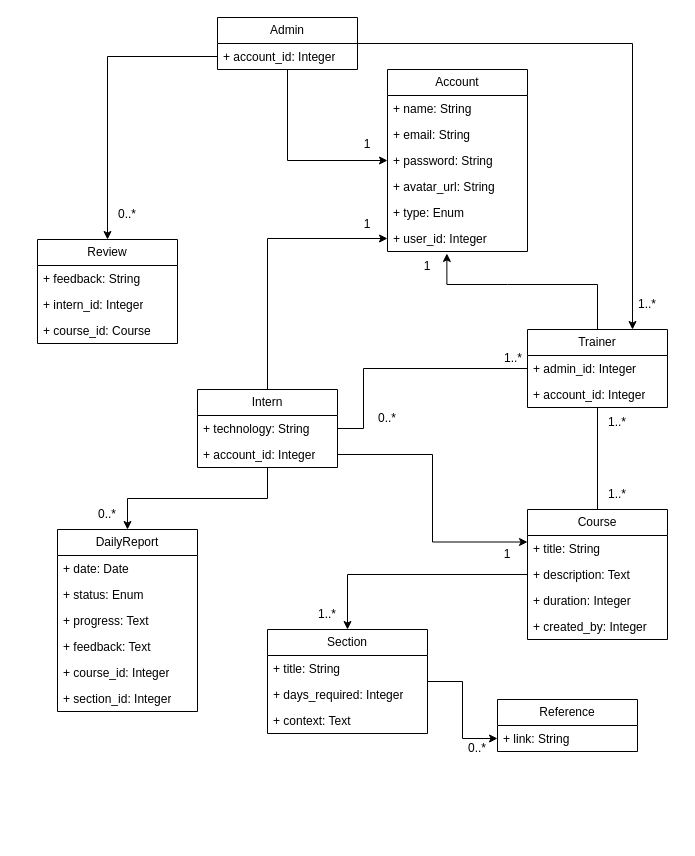
ruby-ist/ruby-practice keeps this draw.io diagram as Schema Designing/class diagram.drawio. Above is the earlier version. Source tidied: cells renumbered, new cells numbered last; positions are measured from the earlier drawing's top-left corner, leaving out a move shared by most shapes. Both pictures are drawn from the tidied source at 100%, with x=0, y=0 at pixel (37, 17).
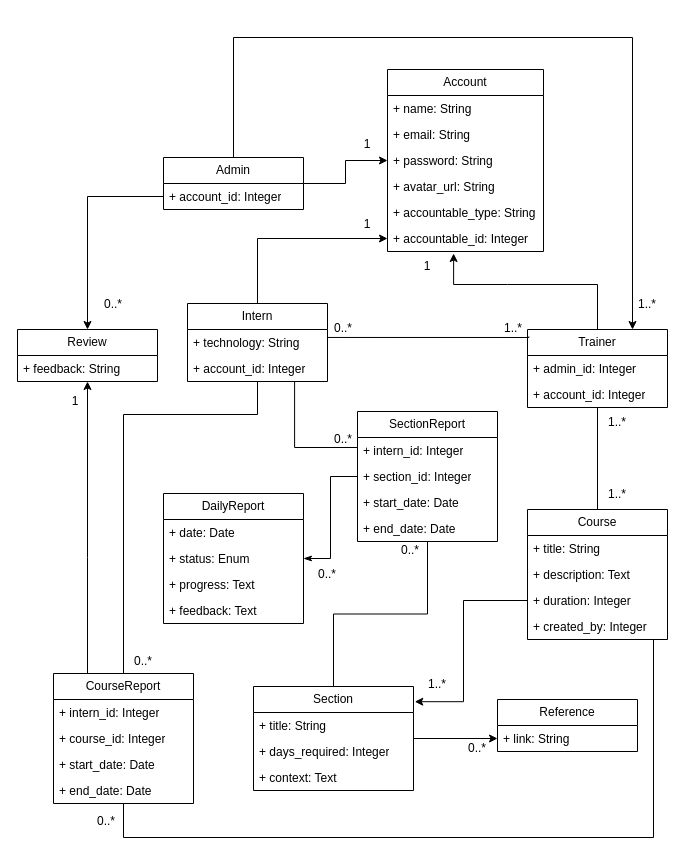
Above is the later version.

Unchanged cells that the change refers to:
```xml
<mxCell id="6" value="+ technology: String" style="text;strokeColor=none;fillColor=none;align=left;verticalAlign=top;spacingLeft=4;spacingRight=4;overflow=hidden;points=[[0,0.5],[1,0.5]];portConstraint=eastwest;whiteSpace=wrap;html=1;" parent="5" vertex="1">
  <mxGeometry y="26" width="140" height="26" as="geometry" />
</mxCell>
<mxCell id="7" value="+ account_id: Integer" style="text;strokeColor=none;fillColor=none;align=left;verticalAlign=top;spacingLeft=4;spacingRight=4;overflow=hidden;points=[[0,0.5],[1,0.5]];portConstraint=eastwest;whiteSpace=wrap;html=1;" parent="5" vertex="1">
  <mxGeometry y="52" width="140" height="26" as="geometry" />
</mxCell>
<mxCell id="9" value="Course" style="swimlane;fontStyle=0;horizontal=1;startSize=26;fillColor=none;whiteSpace=wrap;html=1;" parent="1" vertex="1">
  <mxGeometry x="490" y="492" width="140" height="130" as="geometry" />
</mxCell>
<mxCell id="12" value="+ duration: Integer" style="text;strokeColor=none;fillColor=none;align=left;verticalAlign=top;spacingLeft=4;spacingRight=4;overflow=hidden;points=[[0,0.5],[1,0.5]];portConstraint=eastwest;whiteSpace=wrap;html=1;" parent="9" vertex="1">
  <mxGeometry y="78" width="140" height="26" as="geometry" />
</mxCell>
<mxCell id="30" value="Trainer" style="swimlane;fontStyle=0;horizontal=1;startSize=26;fillColor=none;whiteSpace=wrap;html=1;" parent="1" vertex="1">
  <mxGeometry x="490" y="312" width="140" height="78" as="geometry" />
</mxCell>
<mxCell id="31" value="+ admin_id: Integer" style="text;strokeColor=none;fillColor=none;align=left;verticalAlign=top;spacingLeft=4;spacingRight=4;overflow=hidden;points=[[0,0.5],[1,0.5]];portConstraint=eastwest;whiteSpace=wrap;html=1;" parent="30" vertex="1">
  <mxGeometry y="26" width="140" height="26" as="geometry" />
</mxCell>
```

The edit, as a diff of the source:
```diff
@@
-    <mxCell id="2" style="edgeStyle=orthogonalEdgeStyle;rounded=0;jettySize=auto;html=1;" parent="1" edge="1" source="5" target="21">
-      <mxGeometry relative="1" as="geometry" />
-    </mxCell>
@@
-    <mxCell id="4" style="edgeStyle=orthogonalEdgeStyle;rounded=0;jettySize=auto;html=1;entryX=0;entryY=0.5;entryDx=0;entryDy=0;endArrow=none;endFill=0;" parent="1" edge="1" source="5" target="31">
+    <mxCell id="4" style="edgeStyle=orthogonalEdgeStyle;rounded=0;jettySize=auto;html=1;endArrow=none;endFill=0;exitX=0.996;exitY=0.306;exitDx=0;exitDy=0;exitPerimeter=0;entryX=0.01;entryY=0.089;entryDx=0;entryDy=0;entryPerimeter=0;" parent="1" edge="1" source="6" target="30">
       <mxGeometry relative="1" as="geometry">
         <Array as="points">
-          <mxPoint x="326" y="411" />
-          <mxPoint x="326" y="351" />
+          <mxPoint x="491" y="320" />
         </Array>
       </mxGeometry>
     </mxCell>
     <mxCell id="5" value="Intern" style="swimlane;fontStyle=0;horizontal=1;startSize=26;fillColor=none;whiteSpace=wrap;html=1;" parent="1" vertex="1">
-      <mxGeometry x="160" y="372" width="140" height="78" as="geometry" />
+      <mxGeometry x="150" y="286" width="140" height="78" as="geometry" />
     </mxCell>
@@
-    <mxCell id="8" style="edgeStyle=orthogonalEdgeStyle;rounded=0;jettySize=auto;html=1;entryX=0.5;entryY=0;entryDx=0;entryDy=0;" parent="1" edge="1" source="9" target="15">
-      <mxGeometry relative="1" as="geometry" />
+    <mxCell id="8" style="edgeStyle=orthogonalEdgeStyle;rounded=0;jettySize=auto;html=1;entryX=1.008;entryY=0.146;entryDx=0;entryDy=0;exitX=0;exitY=0.5;exitDx=0;exitDy=0;entryPerimeter=0;" parent="1" edge="1" source="12" target="15">
+      <mxGeometry relative="1" as="geometry">
+        <Array as="points">
+          <mxPoint x="426" y="583" />
+          <mxPoint x="426" y="684" />
+        </Array>
+      </mxGeometry>
     </mxCell>
@@
     <mxCell id="15" value="Section" style="swimlane;fontStyle=0;horizontal=1;startSize=26;fillColor=none;whiteSpace=wrap;html=1;" parent="1" vertex="1">
-      <mxGeometry x="230" y="612" width="160" height="104" as="geometry" />
+      <mxGeometry x="216" y="669" width="160" height="104" as="geometry" />
     </mxCell>
@@
     <mxCell id="21" value="DailyReport" style="swimlane;fontStyle=0;horizontal=1;startSize=26;fillColor=none;whiteSpace=wrap;html=1;" parent="1" vertex="1">
-      <mxGeometry x="20" y="512" width="140" height="182" as="geometry" />
+      <mxGeometry x="126" y="476" width="140" height="130" as="geometry" />
     </mxCell>
@@
-    <mxCell id="26" value="+ course_id: Integer" style="text;strokeColor=none;fillColor=none;align=left;verticalAlign=top;spacingLeft=4;spacingRight=4;overflow=hidden;whiteSpace=wrap;html=1;" parent="21" vertex="1">
-      <mxGeometry y="130" width="140" height="26" as="geometry" />
-    </mxCell>
-    <mxCell id="27" value="+ section_id: Integer" style="text;strokeColor=none;fillColor=none;align=left;verticalAlign=top;spacingLeft=4;spacingRight=4;overflow=hidden;whiteSpace=wrap;html=1;" parent="21" vertex="1">
-      <mxGeometry y="156" width="140" height="26" as="geometry" />
-    </mxCell>
@@
-    <mxCell id="33" style="edgeStyle=orthogonalEdgeStyle;rounded=0;jettySize=auto;html=1;entryX=0;entryY=0.5;entryDx=0;entryDy=0;" parent="1" edge="1" source="35" target="44">
+    <mxCell id="33" style="edgeStyle=orthogonalEdgeStyle;rounded=0;jettySize=auto;html=1;" parent="1" edge="1" source="35" target="41">
       <mxGeometry relative="1" as="geometry" />
     </mxCell>
     <mxCell id="34" style="edgeStyle=orthogonalEdgeStyle;rounded=0;jettySize=auto;html=1;entryX=0.75;entryY=0;entryDx=0;entryDy=0;" parent="1" edge="1" source="35" target="30">
-      <mxGeometry relative="1" as="geometry" />
+      <mxGeometry relative="1" as="geometry">
+        <Array as="points">
+          <mxPoint x="196" y="20" />
+          <mxPoint x="595" y="20" />
+        </Array>
+      </mxGeometry>
     </mxCell>
     <mxCell id="35" value="Admin" style="swimlane;fontStyle=0;horizontal=1;startSize=26;fillColor=none;whiteSpace=wrap;html=1;" parent="1" vertex="1">
-      <mxGeometry x="180" width="140" height="52" as="geometry" />
+      <mxGeometry x="126" y="140" width="140" height="52" as="geometry" />
     </mxCell>
@@
+    <mxCell id="63" style="edgeStyle=orthogonalEdgeStyle;rounded=0;jettySize=auto;html=1;endArrow=none;endFill=0;startArrow=classic;startFill=1;" parent="1" edge="1" source="37" target="68">
+      <mxGeometry relative="1" as="geometry">
+        <Array as="points">
+          <mxPoint x="50" y="540" />
+          <mxPoint x="50" y="540" />
+        </Array>
+      </mxGeometry>
+    </mxCell>
     <mxCell id="37" value="Review" style="swimlane;fontStyle=0;horizontal=1;startSize=26;fillColor=none;whiteSpace=wrap;html=1;" parent="1" vertex="1">
-      <mxGeometry y="222" width="140" height="104" as="geometry" />
+      <mxGeometry x="-20" y="312" width="140" height="52" as="geometry" />
     </mxCell>
@@
-    <mxCell id="39" value="+ intern_id: Integer" style="text;strokeColor=none;fillColor=none;align=left;verticalAlign=top;spacingLeft=4;spacingRight=4;overflow=hidden;whiteSpace=wrap;html=1;" parent="37" vertex="1">
-      <mxGeometry y="52" width="140" height="26" as="geometry" />
-    </mxCell>
-    <mxCell id="40" value="+ course_id: Course" style="text;strokeColor=none;fillColor=none;align=left;verticalAlign=top;spacingLeft=4;spacingRight=4;overflow=hidden;whiteSpace=wrap;html=1;" parent="37" vertex="1">
-      <mxGeometry y="78" width="140" height="26" as="geometry" />
-    </mxCell>
     <mxCell id="41" value="Account" style="swimlane;fontStyle=0;horizontal=1;startSize=26;fillColor=none;whiteSpace=wrap;html=1;" parent="1" vertex="1">
-      <mxGeometry x="350" y="52" width="140" height="182" as="geometry" />
+      <mxGeometry x="350" y="52" width="156" height="182" as="geometry" />
     </mxCell>
     <mxCell id="42" value="+ name: String" style="text;strokeColor=none;fillColor=none;align=left;verticalAlign=top;spacingLeft=4;spacingRight=4;overflow=hidden;whiteSpace=wrap;html=1;" parent="41" vertex="1">
-      <mxGeometry y="26" width="140" height="26" as="geometry" />
+      <mxGeometry y="26" width="156" height="26" as="geometry" />
     </mxCell>
     <mxCell id="43" value="+ email: String" style="text;strokeColor=none;fillColor=none;align=left;verticalAlign=top;spacingLeft=4;spacingRight=4;overflow=hidden;whiteSpace=wrap;html=1;" parent="41" vertex="1">
-      <mxGeometry y="52" width="140" height="26" as="geometry" />
+      <mxGeometry y="52" width="156" height="26" as="geometry" />
     </mxCell>
     <mxCell id="44" value="+ password: String" style="text;strokeColor=none;fillColor=none;align=left;verticalAlign=top;spacingLeft=4;spacingRight=4;overflow=hidden;points=[[0,0.5],[1,0.5]];portConstraint=eastwest;whiteSpace=wrap;html=1;" parent="41" vertex="1">
-      <mxGeometry y="78" width="140" height="26" as="geometry" />
+      <mxGeometry y="78" width="156" height="26" as="geometry" />
     </mxCell>
     <mxCell id="45" value="+ avatar_url: String" style="text;strokeColor=none;fillColor=none;align=left;verticalAlign=top;spacingLeft=4;spacingRight=4;overflow=hidden;whiteSpace=wrap;html=1;" parent="41" vertex="1">
-      <mxGeometry y="104" width="140" height="26" as="geometry" />
+      <mxGeometry y="104" width="156" height="26" as="geometry" />
     </mxCell>
-    <mxCell id="46" value="+ type: Enum" style="text;strokeColor=none;fillColor=none;align=left;verticalAlign=top;spacingLeft=4;spacingRight=4;overflow=hidden;whiteSpace=wrap;html=1;" parent="41" vertex="1">
-      <mxGeometry y="130" width="140" height="26" as="geometry" />
+    <mxCell id="46" value="+ accountable_type: String" style="text;strokeColor=none;fillColor=none;align=left;verticalAlign=top;spacingLeft=4;spacingRight=4;overflow=hidden;whiteSpace=wrap;html=1;" parent="41" vertex="1">
+      <mxGeometry y="130" width="156" height="26" as="geometry" />
     </mxCell>
-    <mxCell id="47" value="+ user_id: Integer" style="text;strokeColor=none;fillColor=none;align=left;verticalAlign=top;spacingLeft=4;spacingRight=4;overflow=hidden;points=[[0,0.5],[1,0.5]];portConstraint=eastwest;whiteSpace=wrap;html=1;" parent="41" vertex="1">
-      <mxGeometry y="156" width="140" height="26" as="geometry" />
+    <mxCell id="47" value="+ accountable_id: Integer" style="text;strokeColor=none;fillColor=none;align=left;verticalAlign=top;spacingLeft=4;spacingRight=4;overflow=hidden;points=[[0,0.5],[1,0.5]];portConstraint=eastwest;whiteSpace=wrap;html=1;" parent="41" vertex="1">
+      <mxGeometry y="156" width="156" height="26" as="geometry" />
     </mxCell>
-    <mxCell id="48" style="edgeStyle=orthogonalEdgeStyle;rounded=0;jettySize=auto;html=1;entryX=0;entryY=0.25;entryDx=0;entryDy=0;" parent="1" edge="1" source="7" target="9">
-      <mxGeometry relative="1" as="geometry" />
-    </mxCell>
@@
     <mxCell id="52" value="0..*" style="text;html=1;strokeColor=none;fillColor=none;align=center;verticalAlign=middle;whiteSpace=wrap;rounded=0;" parent="1" vertex="1">
-      <mxGeometry x="60" y="182" width="60" height="30" as="geometry" />
+      <mxGeometry x="46" y="272" width="60" height="30" as="geometry" />
     </mxCell>
     <mxCell id="53" value="0..*" style="text;html=1;strokeColor=none;fillColor=none;align=center;verticalAlign=middle;whiteSpace=wrap;rounded=0;" parent="1" vertex="1">
-      <mxGeometry x="40" y="482" width="60" height="30" as="geometry" />
+      <mxGeometry x="260" y="542" width="60" height="30" as="geometry" />
     </mxCell>
@@
     <mxCell id="55" value="1..*" style="text;html=1;strokeColor=none;fillColor=none;align=center;verticalAlign=middle;whiteSpace=wrap;rounded=0;" parent="1" vertex="1">
-      <mxGeometry x="260" y="582" width="60" height="30" as="geometry" />
+      <mxGeometry x="370" y="652" width="60" height="30" as="geometry" />
     </mxCell>
-    <mxCell id="56" value="1" style="text;html=1;strokeColor=none;fillColor=none;align=center;verticalAlign=middle;whiteSpace=wrap;rounded=0;" parent="1" vertex="1">
-      <mxGeometry x="440" y="522" width="60" height="30" as="geometry" />
-    </mxCell>
@@
     <mxCell id="60" value="1..*" style="text;html=1;strokeColor=none;fillColor=none;align=center;verticalAlign=middle;whiteSpace=wrap;rounded=0;" parent="1" vertex="1">
-      <mxGeometry x="446" y="326" width="60" height="30" as="geometry" />
+      <mxGeometry x="446" y="296" width="60" height="30" as="geometry" />
     </mxCell>
+    <mxCell id="62" value="1..*" style="text;html=1;strokeColor=none;fillColor=none;align=center;verticalAlign=middle;whiteSpace=wrap;rounded=0;" parent="1" vertex="1">
+      <mxGeometry x="550" y="390" width="60" height="30" as="geometry" />
+    </mxCell>
     <mxCell id="61" value="0..*" style="text;html=1;strokeColor=none;fillColor=none;align=center;verticalAlign=middle;whiteSpace=wrap;rounded=0;" parent="1" vertex="1">
-      <mxGeometry x="320" y="386" width="60" height="30" as="geometry" />
+      <mxGeometry x="276" y="296" width="60" height="30" as="geometry" />
     </mxCell>
-    <mxCell id="62" value="1..*" style="text;html=1;strokeColor=none;fillColor=none;align=center;verticalAlign=middle;whiteSpace=wrap;rounded=0;" parent="1" vertex="1">
-      <mxGeometry x="550" y="390" width="60" height="30" as="geometry" />
-    </mxCell>
+    <mxCell id="64" value="SectionReport" style="swimlane;fontStyle=0;horizontal=1;startSize=26;fillColor=none;whiteSpace=wrap;html=1;" parent="1" vertex="1">
+      <mxGeometry x="320" y="394" width="140" height="130" as="geometry" />
+    </mxCell>
+    <mxCell id="65" value="+ intern_id: Integer" style="text;strokeColor=none;fillColor=none;align=left;verticalAlign=top;spacingLeft=4;spacingRight=4;overflow=hidden;whiteSpace=wrap;html=1;" parent="64" vertex="1">
+      <mxGeometry y="26" width="140" height="26" as="geometry" />
+    </mxCell>
+    <mxCell id="27" value="+ section_id: Integer" style="text;strokeColor=none;fillColor=none;align=left;verticalAlign=top;spacingLeft=4;spacingRight=4;overflow=hidden;whiteSpace=wrap;html=1;" parent="64" vertex="1">
+      <mxGeometry y="52" width="140" height="26" as="geometry" />
+    </mxCell>
+    <mxCell id="66" value="+ start_date: Date" style="text;strokeColor=none;fillColor=none;align=left;verticalAlign=top;spacingLeft=4;spacingRight=4;overflow=hidden;whiteSpace=wrap;html=1;" parent="64" vertex="1">
+      <mxGeometry y="78" width="140" height="26" as="geometry" />
+    </mxCell>
+    <mxCell id="67" value="+ end_date: Date" style="text;strokeColor=none;fillColor=none;align=left;verticalAlign=top;spacingLeft=4;spacingRight=4;overflow=hidden;whiteSpace=wrap;html=1;" parent="64" vertex="1">
+      <mxGeometry y="104" width="140" height="26" as="geometry" />
+    </mxCell>
+    <mxCell id="68" value="CourseReport" style="swimlane;fontStyle=0;horizontal=1;startSize=26;fillColor=none;whiteSpace=wrap;html=1;" parent="1" vertex="1">
+      <mxGeometry x="16" y="656" width="140" height="130" as="geometry" />
+    </mxCell>
+    <mxCell id="69" value="+ intern_id: Integer" style="text;strokeColor=none;fillColor=none;align=left;verticalAlign=top;spacingLeft=4;spacingRight=4;overflow=hidden;whiteSpace=wrap;html=1;" parent="68" vertex="1">
+      <mxGeometry y="26" width="140" height="26" as="geometry" />
+    </mxCell>
+    <mxCell id="26" value="+ course_id: Integer" style="text;strokeColor=none;fillColor=none;align=left;verticalAlign=top;spacingLeft=4;spacingRight=4;overflow=hidden;whiteSpace=wrap;html=1;" parent="68" vertex="1">
+      <mxGeometry y="52" width="140" height="26" as="geometry" />
+    </mxCell>
+    <mxCell id="70" value="+ start_date: Date" style="text;strokeColor=none;fillColor=none;align=left;verticalAlign=top;spacingLeft=4;spacingRight=4;overflow=hidden;whiteSpace=wrap;html=1;" parent="68" vertex="1">
+      <mxGeometry y="78" width="140" height="26" as="geometry" />
+    </mxCell>
+    <mxCell id="71" value="+ end_date: Date" style="text;strokeColor=none;fillColor=none;align=left;verticalAlign=top;spacingLeft=4;spacingRight=4;overflow=hidden;points=[[0,0.5],[1,0.5]];portConstraint=eastwest;whiteSpace=wrap;html=1;" parent="68" vertex="1">
+      <mxGeometry y="104" width="140" height="26" as="geometry" />
+    </mxCell>
+    <mxCell id="72" style="endArrow=none;html=1;rounded=0;exitX=0.765;exitY=0.996;exitDx=0;exitDy=0;exitPerimeter=0;endFill=0;edgeStyle=orthogonalEdgeStyle;" parent="1" edge="1" source="7" target="64">
+      <mxGeometry relative="1" as="geometry">
+        <Array as="points">
+          <mxPoint x="257" y="430" />
+        </Array>
+      </mxGeometry>
+    </mxCell>
+    <mxCell id="73" value="0..*" style="html=1;whiteSpace=wrap;align=right;verticalAlign=bottom;" parent="72" vertex="1">
+      <mxGeometry x="1" relative="1" as="geometry">
+        <mxPoint x="-4" as="offset" />
+      </mxGeometry>
+    </mxCell>
+    <mxCell id="74" style="endArrow=none;html=1;rounded=0;edgeStyle=orthogonalEdgeStyle;endFill=0;" parent="1" edge="1" source="5" target="68">
+      <mxGeometry relative="1" as="geometry">
+        <Array as="points">
+          <mxPoint x="220" y="397" />
+          <mxPoint x="86" y="397" />
+        </Array>
+      </mxGeometry>
+    </mxCell>
+    <mxCell id="75" value="0..*" style="html=1;whiteSpace=wrap;align=right;verticalAlign=bottom;" parent="74" vertex="1">
+      <mxGeometry x="1" relative="1" as="geometry">
+        <mxPoint x="30" y="-4" as="offset" />
+      </mxGeometry>
+    </mxCell>
+    <mxCell id="76" style="endArrow=none;html=1;rounded=0;edgeStyle=orthogonalEdgeStyle;startArrow=none;startFill=0;endFill=0;" parent="1" edge="1" source="15" target="64">
+      <mxGeometry relative="1" as="geometry" />
+    </mxCell>
+    <mxCell id="77" value="0..*" style="html=1;whiteSpace=wrap;align=right;verticalAlign=bottom;" parent="76" vertex="1">
+      <mxGeometry x="1" relative="1" as="geometry">
+        <mxPoint x="-7" y="17" as="offset" />
+      </mxGeometry>
+    </mxCell>
+    <mxCell id="78" style="endArrow=none;html=1;rounded=0;edgeStyle=orthogonalEdgeStyle;endFill=0;" parent="1" edge="1" source="9" target="71">
+      <mxGeometry relative="1" as="geometry">
+        <Array as="points">
+          <mxPoint x="616" y="820" />
+          <mxPoint x="86" y="820" />
+        </Array>
+      </mxGeometry>
+    </mxCell>
+    <mxCell id="79" value="0..*" style="html=1;whiteSpace=wrap;align=right;verticalAlign=bottom;" parent="78" vertex="1">
+      <mxGeometry x="1" relative="1" as="geometry">
+        <mxPoint x="-7" y="26" as="offset" />
+      </mxGeometry>
+    </mxCell>
+    <mxCell id="80" style="endArrow=classicThin;html=1;rounded=0;edgeStyle=orthogonalEdgeStyle;endFill=1;" parent="1" edge="1" source="64" target="21">
+      <mxGeometry relative="1" as="geometry" />
+    </mxCell>
+    <mxCell id="56" value="1" style="text;html=1;strokeColor=none;fillColor=none;align=center;verticalAlign=middle;whiteSpace=wrap;rounded=0;" parent="1" vertex="1">
+      <mxGeometry x="8" y="369" width="60" height="30" as="geometry" />
+    </mxCell>
```
